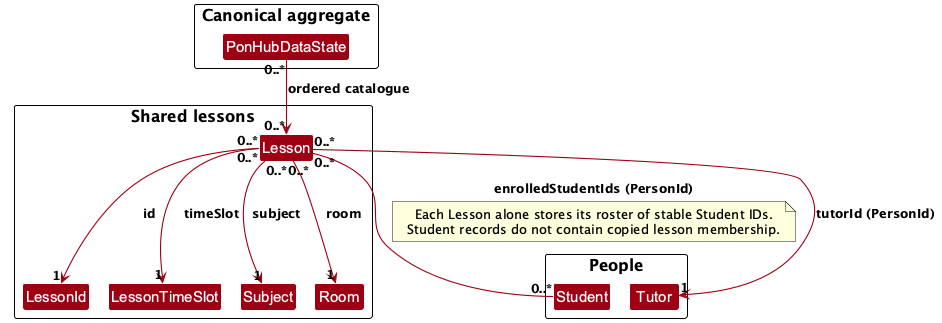
The PlantUML diagram docs/images/LessonMembershipClassDiagram.png in AY2627S1-CS2103T-F13-3/tp, before a commit.
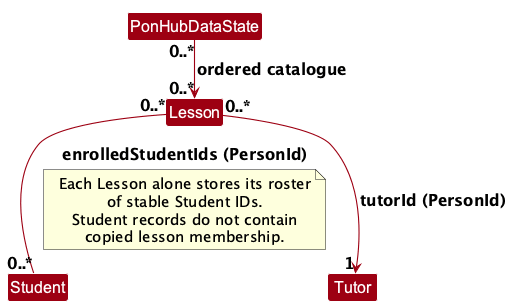
The same file after the commit.

Diff of the diagram source:
```diff
@@ -2,41 +2,32 @@
 !include style.puml
 !pragma layout smetana
 
+skinparam defaultFontSize 16
+skinparam classFontSize 16
+skinparam noteFontSize 15
 skinparam linetype ortho
-skinparam nodesep 35
-skinparam ranksep 45
+skinparam nodesep 50
+skinparam ranksep 60
 skinparam arrowThickness 1.1
 skinparam arrowColor MODEL_COLOR
 skinparam classBackgroundColor MODEL_COLOR
 
-package "Canonical aggregate" {
     class PonHubDataState
-}
 
-package "People" {
     class Student
     class Tutor
-}
 
-package "Shared lessons" {
     class Lesson
-    class LessonId
-    class LessonTimeSlot
-    class Subject
-    class Room
-}
 
 PonHubDataState "0..*" --> "0..*" Lesson : ordered catalogue
-Lesson "0..*" --> "1" LessonId : id
-Lesson "0..*" --> "1" LessonTimeSlot : timeSlot
-Lesson "0..*" --> "1" Subject : subject
-Lesson "0..*" --> "1" Room : room
 Lesson "0..*" --> "1" Tutor : tutorId (PersonId)
 Lesson "0..*" -- "0..*" Student : enrolledStudentIds (PersonId)
 
 note on link
-  Each Lesson alone stores its roster of stable Student IDs.
-  Student records do not contain copied lesson membership.
+  Each Lesson alone stores its roster
+  of stable Student IDs.
+  Student records do not contain
+  copied lesson membership.
 end note
 
 @enduml
```
